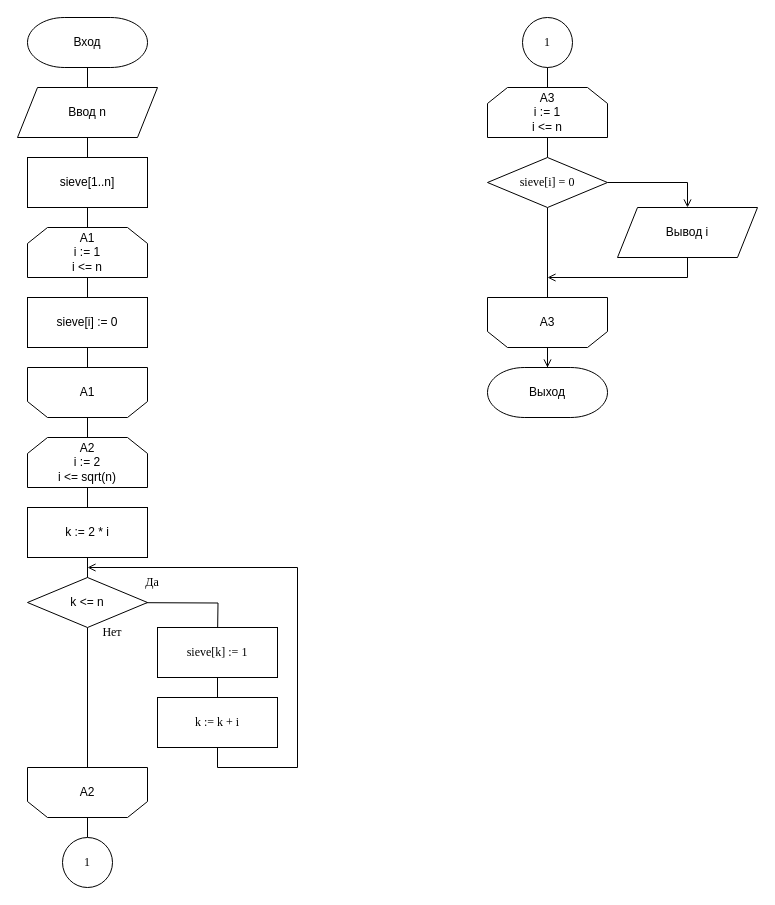
Before: dz/dz1.drawio in RaJIk470/drawio, a draw.io diagram. Source tidied: cells renumbered, new cells numbered last; positions are measured from the earlier drawing's top-left corner, leaving out a move shared by most shapes. Both pictures are drawn from the tidied source at 100%, with x=0, y=0 at pixel (17, 17).
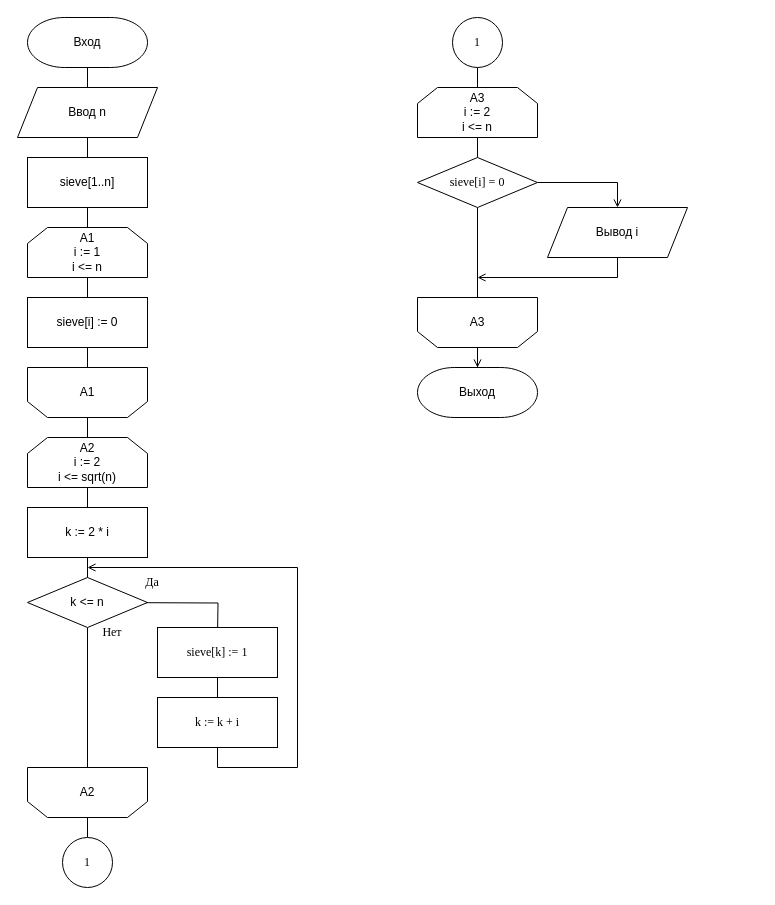
The same page after the edit.

Change to the diagram source:
```diff
@@
     <mxCell id="31" value="1" style="ellipse;whiteSpace=wrap;html=1;fontFamily=Times New Roman;strokeWidth=1;" parent="1" vertex="1">
-      <mxGeometry x="505" width="50" height="50" as="geometry" />
+      <mxGeometry x="435" width="50" height="50" as="geometry" />
     </mxCell>
     <mxCell id="32" style="edgeStyle=orthogonalEdgeStyle;rounded=0;orthogonalLoop=1;jettySize=auto;html=1;endArrow=none;endFill=0;" parent="1" edge="1">
       <mxGeometry relative="1" as="geometry">
-        <mxPoint x="530" y="50" as="sourcePoint" />
-        <mxPoint x="530" y="70" as="targetPoint" />
+        <mxPoint x="460" y="50" as="sourcePoint" />
+        <mxPoint x="460" y="70" as="targetPoint" />
       </mxGeometry>
     </mxCell>
     <mxCell id="33" style="edgeStyle=orthogonalEdgeStyle;rounded=0;jettySize=auto;html=1;endArrow=none;endFill=0;" parent="1" edge="1" source="34">
       <mxGeometry relative="1" as="geometry">
-        <mxPoint x="530" y="140" as="targetPoint" />
+        <mxPoint x="460" y="140" as="targetPoint" />
       </mxGeometry>
     </mxCell>
-    <mxCell id="34" value="А3&lt;br&gt;i := 1&lt;br&gt;i &amp;lt;= n" style="shape=loopLimit;whiteSpace=wrap;html=1;strokeWidth=1;" parent="1" vertex="1">
-      <mxGeometry x="470" y="70" width="120" height="50" as="geometry" />
+    <mxCell id="34" value="А3&lt;br&gt;i := 2&lt;br&gt;i &amp;lt;= n" style="shape=loopLimit;whiteSpace=wrap;html=1;strokeWidth=1;" parent="1" vertex="1">
+      <mxGeometry x="400" y="70" width="120" height="50" as="geometry" />
     </mxCell>
@@
     <mxCell id="37" value="A3" style="shape=loopLimit;whiteSpace=wrap;html=1;strokeWidth=1;direction=west;" parent="1" vertex="1">
-      <mxGeometry x="470" y="280" width="120" height="50" as="geometry" />
+      <mxGeometry x="400" y="280" width="120" height="50" as="geometry" />
     </mxCell>
@@
     <mxCell id="39" value="sieve[i] = 0" style="rhombus;whiteSpace=wrap;html=1;fontFamily=Times New Roman;strokeWidth=1;" parent="1" vertex="1">
-      <mxGeometry x="470" y="140" width="120" height="50" as="geometry" />
+      <mxGeometry x="400" y="140" width="120" height="50" as="geometry" />
     </mxCell>
     <mxCell id="40" style="edgeStyle=orthogonalEdgeStyle;rounded=0;jettySize=auto;html=1;fontFamily=Times New Roman;endArrow=open;endFill=0;" parent="1" edge="1" source="41">
       <mxGeometry relative="1" as="geometry">
-        <mxPoint x="530" y="260" as="targetPoint" />
+        <mxPoint x="460" y="260" as="targetPoint" />
         <Array as="points">
-          <mxPoint x="670" y="260" />
-          <mxPoint x="530" y="260" />
+          <mxPoint x="600" y="260" />
+          <mxPoint x="460" y="260" />
         </Array>
       </mxGeometry>
     </mxCell>
     <mxCell id="41" value="Вывод i" style="shape=parallelogram;perimeter=parallelogramPerimeter;whiteSpace=wrap;html=1;fixedSize=1;strokeWidth=1;" parent="1" vertex="1">
-      <mxGeometry x="600" y="190" width="140" height="50" as="geometry" />
+      <mxGeometry x="530" y="190" width="140" height="50" as="geometry" />
     </mxCell>
     <mxCell id="42" value="Выход" style="strokeWidth=1;html=1;shape=mxgraph.flowchart.terminator;whiteSpace=wrap;" parent="1" vertex="1">
-      <mxGeometry x="470" y="350" width="120" height="50" as="geometry" />
+      <mxGeometry x="400" y="350" width="120" height="50" as="geometry" />
     </mxCell>
```
